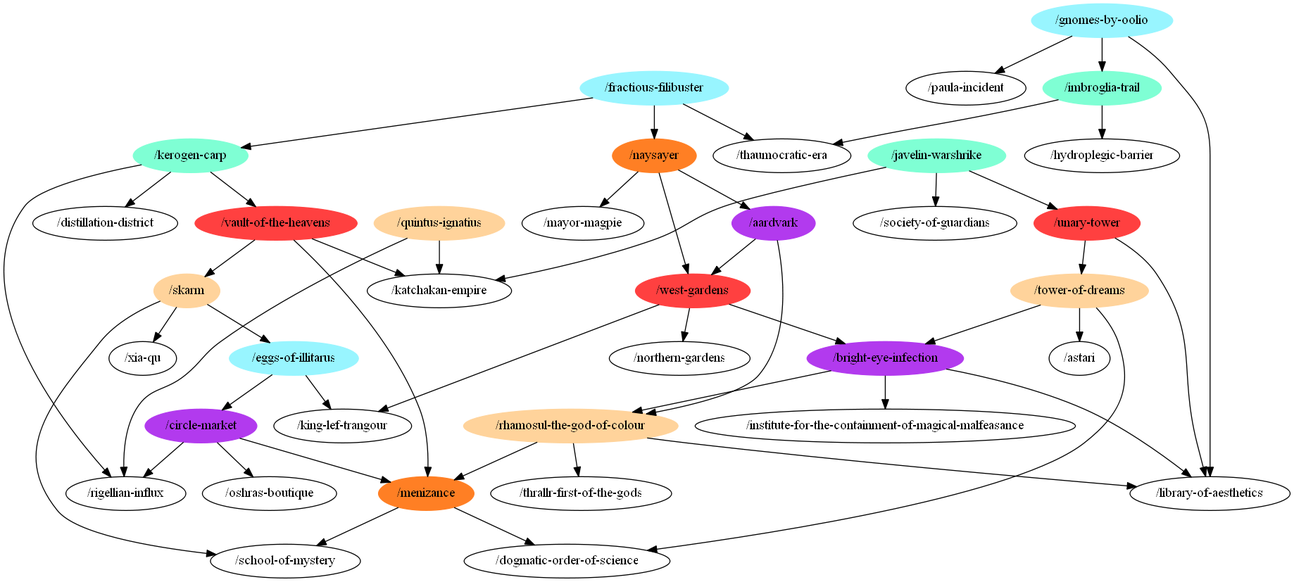
The Graphviz diagram at-general.png in m-r-hunt/od117-walker, before a commit. Its source is kept beside it as at-general.dot.
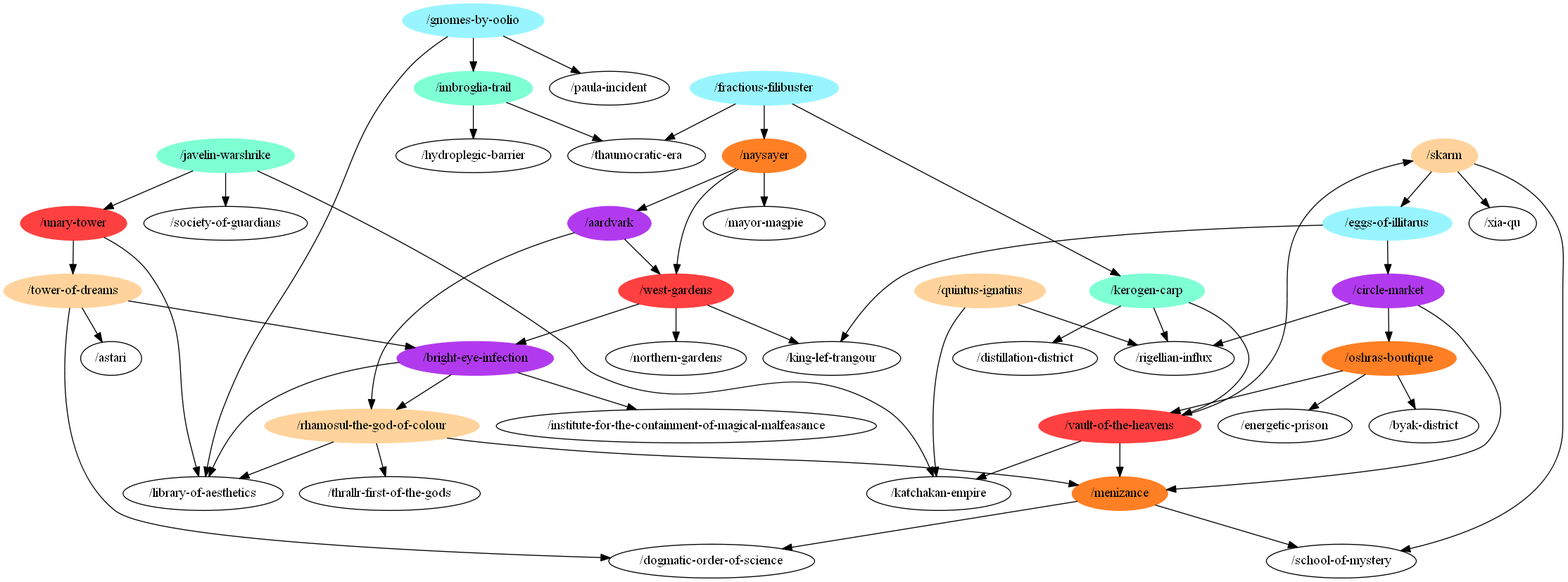
After the change.

What changed in the source:
```diff
@@ -4,6 +4,7 @@
 "/unary-tower" [color=brown1,style=filled];
 "/kerogen-carp" [color=aquamarine,style=filled];
 "/skarm" [color=burlywood1,style=filled];
+"/energetic-prison";
 "/javelin-warshrike" [color=aquamarine,style=filled];
 "/school-of-mystery";
 "/imbroglia-trail" [color=aquamarine,style=filled];
@@ -17,6 +18,7 @@
 "/quintus-ignatius" [color=burlywood1,style=filled];
 "/bright-eye-infection" [color=darkorchid2,style=filled];
 "/society-of-guardians";
+"/byak-district";
 "/vault-of-the-heavens" [color=brown1,style=filled];
 "/west-gardens" [color=brown1,style=filled];
 "/xia-qu";
@@ -24,7 +26,7 @@
 "/mayor-magpie";
 "/astari";
 "/tower-of-dreams" [color=burlywood1,style=filled];
-"/oshras-boutique";
+"/oshras-boutique" [color=chocolate1,style=filled];
 "/dogmatic-order-of-science";
 "/rigellian-influx";
 "/fractious-filibuster" [color=cadetblue1,style=filled];
@@ -70,6 +72,9 @@
 "/tower-of-dreams" -> "/bright-eye-infection";
 "/tower-of-dreams" -> "/astari";
 "/tower-of-dreams" -> "/dogmatic-order-of-science";
+"/oshras-boutique" -> "/energetic-prison";
+"/oshras-boutique" -> "/byak-district";
+"/oshras-boutique" -> "/vault-of-the-heavens";
 "/fractious-filibuster" -> "/kerogen-carp";
 "/fractious-filibuster" -> "/naysayer";
 "/fractious-filibuster" -> "/thaumocratic-era";
```
